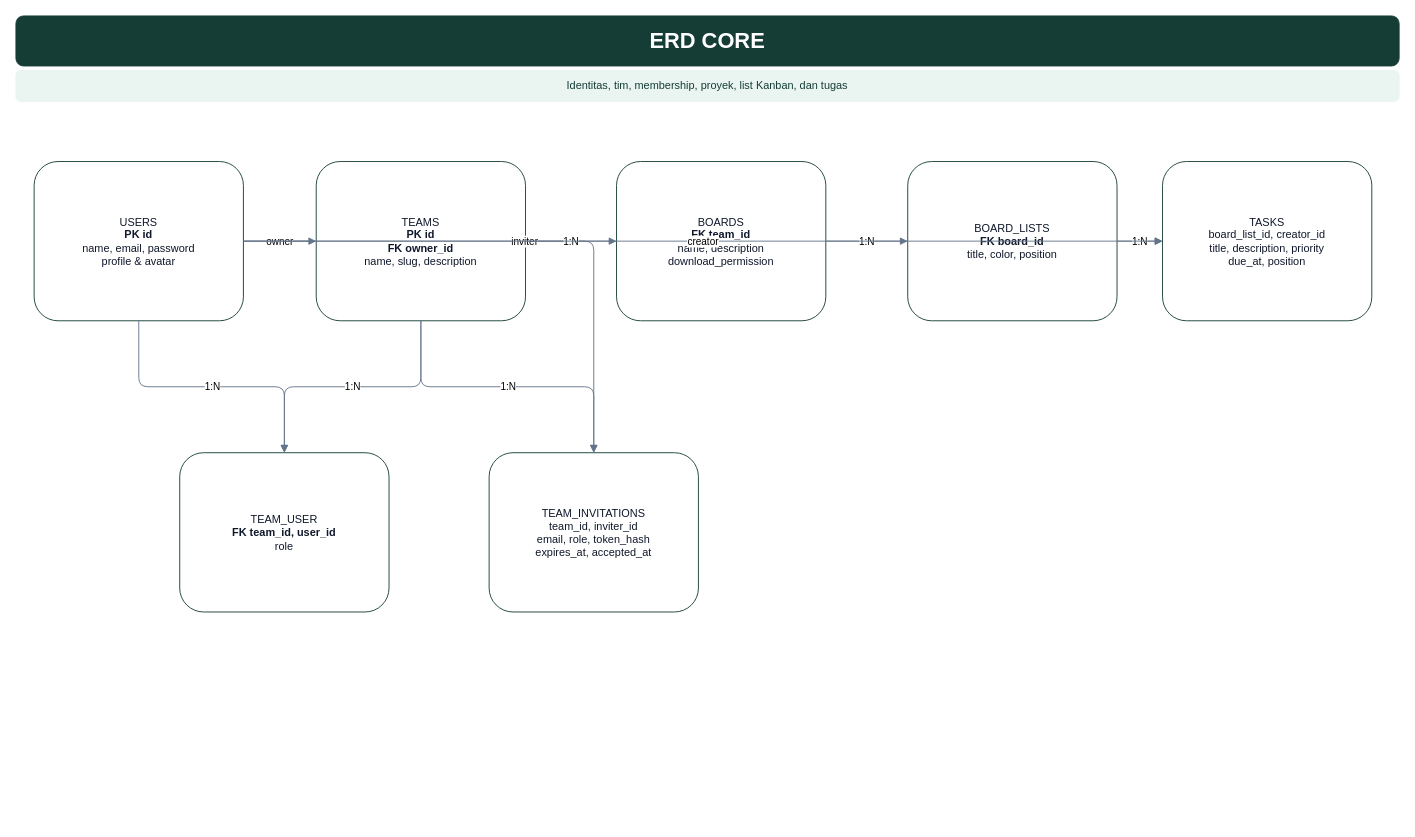
Above: page "02 - ERD Core" (2 of 11) of docs/timmanager-documentation.drawio in inifauzan-maker/ruangkerja (draw.io), before the change. Source tidied: cells renumbered, new cells numbered last; positions are measured from the earlier drawing's top-left corner, leaving out a move shared by most shapes. Both pictures are drawn from the tidied source at 91%, with x=0, y=0 at pixel (15, 15).
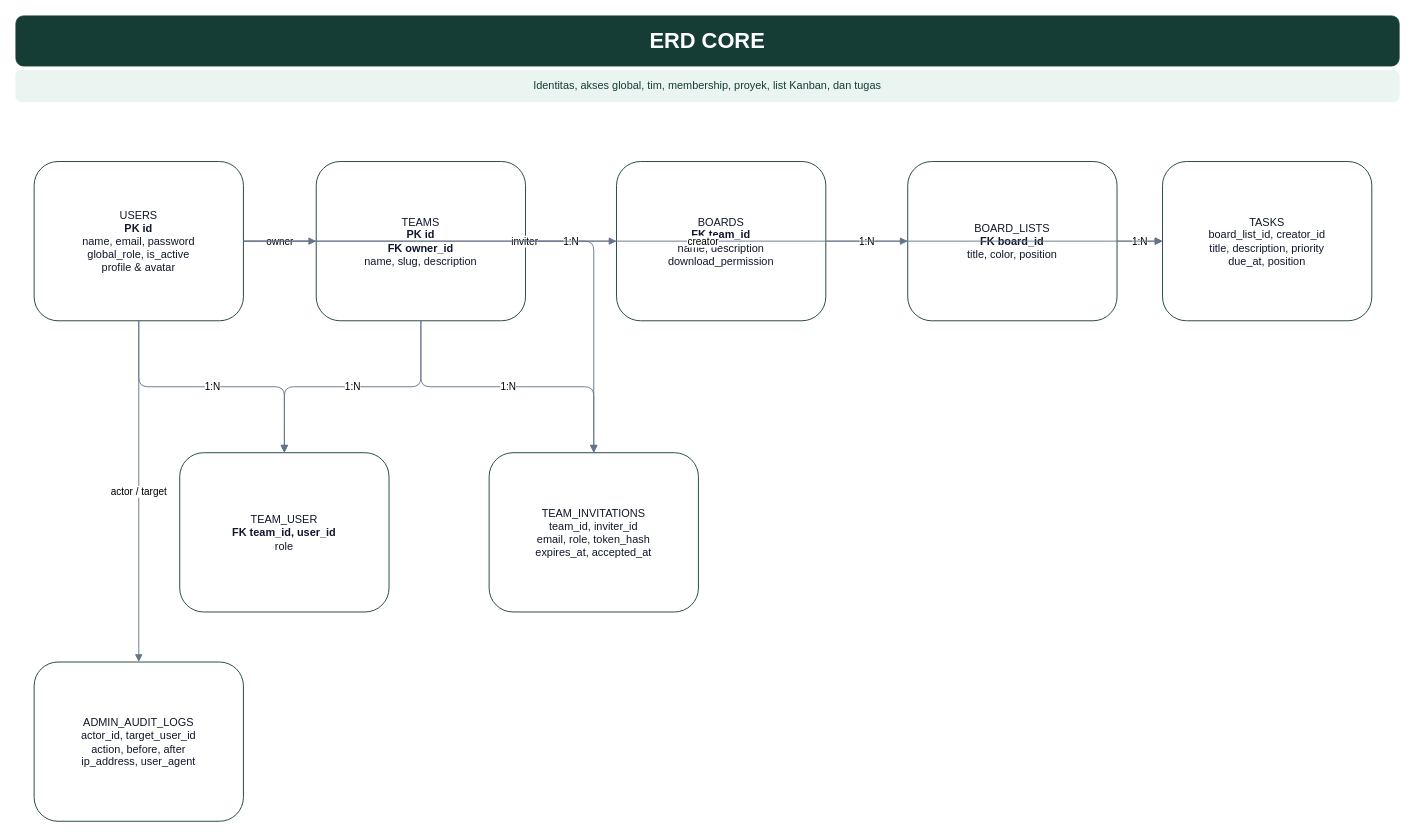
Above is the later version.

Change to the diagram source:
```diff
@@
-    <mxCell id="3" value="Identitas, tim, membership, proyek, list Kanban, dan tugas" style="rounded=1;whiteSpace=wrap;html=1;fillColor=#EAF4F1;strokeColor=#EAF4F1;fontColor=#153D36;fontSize=12;fontStyle=0;align=center;verticalAlign=middle;spacing=8;" parent="1" vertex="1">
+    <mxCell id="3" value="Identitas, akses global, tim, membership, proyek, list Kanban, dan tugas" style="rounded=1;whiteSpace=wrap;html=1;fillColor=#EAF4F1;strokeColor=#EAF4F1;fontColor=#153D36;fontSize=12;fontStyle=0;align=center;verticalAlign=middle;spacing=8;" parent="1" vertex="1">
       <mxGeometry y="60" width="1520" height="34" as="geometry" />
     </mxCell>
-    <mxCell id="4" value="USERS&lt;br&gt;&lt;b&gt;PK id&lt;/b&gt;&lt;br&gt;name, email, password&lt;br&gt;profile &amp; avatar" style="rounded=1;whiteSpace=wrap;html=1;fillColor=#FFFFFF;strokeColor=#153D36;fontColor=#0F172A;fontSize=12;fontStyle=0;align=center;verticalAlign=middle;spacing=8;" parent="1" vertex="1">
+    <mxCell id="4" value="USERS&lt;br&gt;&lt;b&gt;PK id&lt;/b&gt;&lt;br&gt;name, email, password&lt;br&gt;global_role, is_active&lt;br&gt;profile &amp; avatar" style="rounded=1;whiteSpace=wrap;html=1;fillColor=#FFFFFF;strokeColor=#153D36;fontColor=#0F172A;fontSize=12;fontStyle=0;align=center;verticalAlign=middle;spacing=8;" parent="1" vertex="1">
       <mxGeometry x="20" y="160" width="230" height="175" as="geometry" />
     </mxCell>
@@
+    <mxCell id="20" value="ADMIN_AUDIT_LOGS&lt;br&gt;actor_id, target_user_id&lt;br&gt;action, before, after&lt;br&gt;ip_address, user_agent" style="rounded=1;whiteSpace=wrap;html=1;fillColor=#FFFFFF;strokeColor=#153D36;fontColor=#0F172A;fontSize=12;fontStyle=0;align=center;verticalAlign=middle;spacing=8;" parent="1" vertex="1">
+      <mxGeometry x="20" y="710" width="230" height="175" as="geometry" />
+    </mxCell>
@@
+    <mxCell id="21" value="actor / target" style="edgeStyle=orthogonalEdgeStyle;rounded=1;html=1;strokeColor=#64748B;endArrow=block;endFill=1;" parent="1" edge="1" source="4" target="20">
+      <mxGeometry relative="1" as="geometry" />
+    </mxCell>
```
